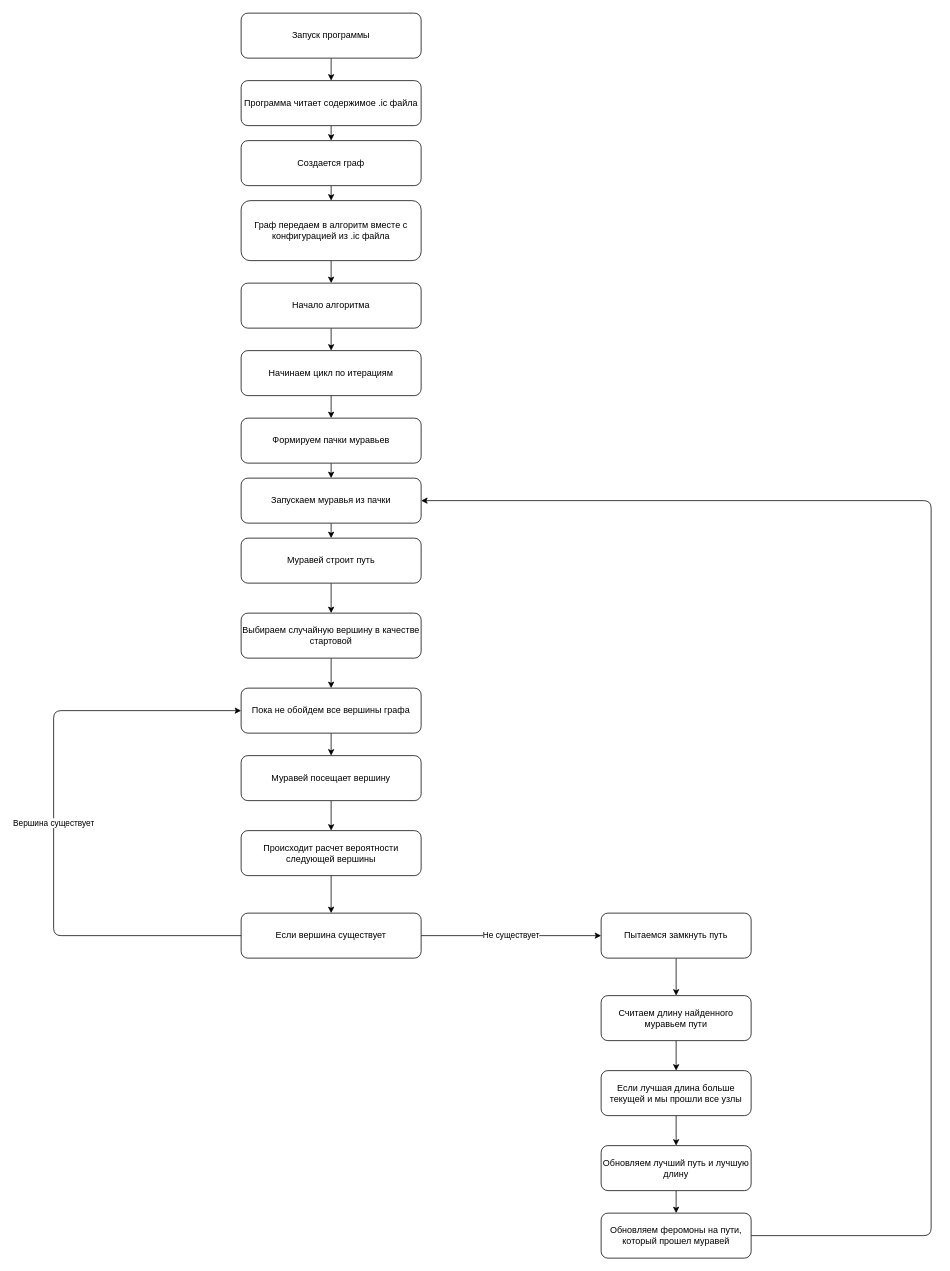
This is .drawio from groknut/ant-colony, a draw.io file, before an edit. Source tidied: cells renumbered, new cells numbered last; positions are measured from the earlier drawing's top-left corner, leaving out a move shared by most shapes. Both pictures are drawn from the tidied source at 75%, with x=0, y=0 at pixel (53, 13).
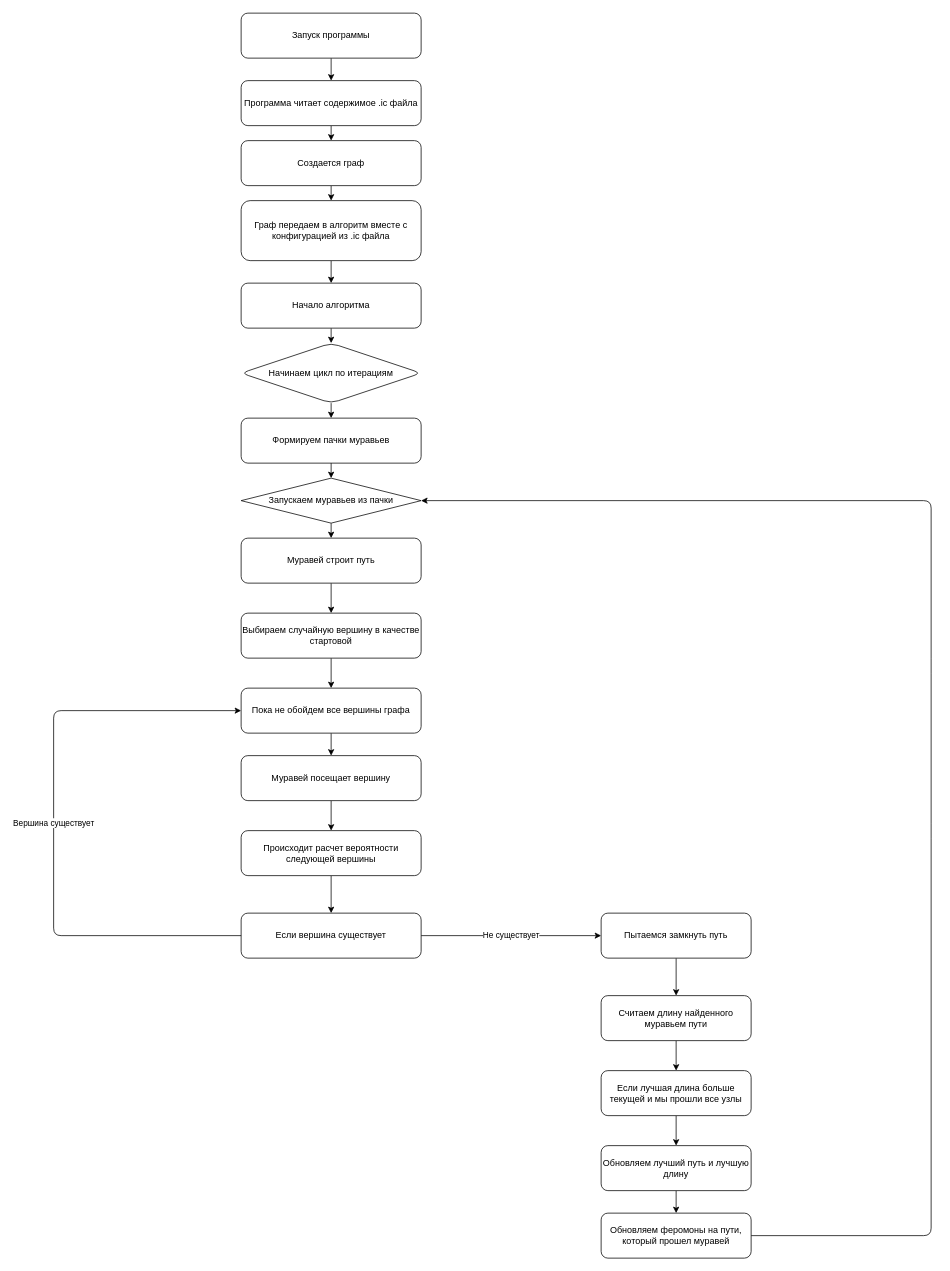
The same diagram, later.

Unchanged cells that the change refers to:
```xml
<mxCell id="15" value="Формируем пачки муравьев" style="whiteSpace=wrap;html=1;rounded=1;" parent="1" vertex="1">
  <mxGeometry x="250" y="540" width="240" height="60" as="geometry" />
</mxCell>
<mxCell id="19" value="Муравей строит путь" style="whiteSpace=wrap;html=1;rounded=1;" parent="1" vertex="1">
  <mxGeometry x="250" y="700" width="240" height="60" as="geometry" />
</mxCell>
<mxCell id="40" value="Обновляем феромоны на пути, который прошел муравей" style="whiteSpace=wrap;html=1;rounded=1;" parent="1" vertex="1">
  <mxGeometry x="730" y="1600" width="200" height="60" as="geometry" />
</mxCell>
```

What changed in the source:
```diff
@@
-    <mxCell id="12" style="edgeStyle=none;html=1;" parent="1" edge="1" source="13" target="15">
-      <mxGeometry relative="1" as="geometry" />
-    </mxCell>
-    <mxCell id="13" value="Начинаем цикл по итерациям" style="whiteSpace=wrap;html=1;rounded=1;" parent="1" vertex="1">
-      <mxGeometry x="250" y="450" width="240" height="60" as="geometry" />
-    </mxCell>
-    <mxCell id="14" style="edgeStyle=none;html=1;" parent="1" edge="1" source="15" target="17">
-      <mxGeometry relative="1" as="geometry" />
-    </mxCell>
@@
-    <mxCell id="16" style="edgeStyle=none;html=1;" parent="1" edge="1" source="17" target="19">
-      <mxGeometry relative="1" as="geometry" />
+    <mxCell id="16" style="edgeStyle=none;html=1;" parent="1" edge="1" target="19">
+      <mxGeometry relative="1" as="geometry">
+        <mxPoint x="370" y="680" as="sourcePoint" />
+      </mxGeometry>
     </mxCell>
-    <mxCell id="17" value="Запускаем муравья из пачки" style="whiteSpace=wrap;html=1;rounded=1;" parent="1" vertex="1">
-      <mxGeometry x="250" y="620" width="240" height="60" as="geometry" />
-    </mxCell>
@@
-    <mxCell id="39" style="edgeStyle=none;html=1;entryX=1;entryY=0.5;entryDx=0;entryDy=0;" parent="1" edge="1" source="40" target="17">
+    <mxCell id="39" style="edgeStyle=none;html=1;entryX=1;entryY=0.5;entryDx=0;entryDy=0;" parent="1" edge="1" source="40" target="41">
       <mxGeometry relative="1" as="geometry">
         <Array as="points">
           <mxPoint x="1170" y="1630" />
           <mxPoint x="1170" y="1090" />
           <mxPoint x="1170" y="870" />
           <mxPoint x="1170" y="650" />
         </Array>
       </mxGeometry>
     </mxCell>
@@
+    <mxCell id="12" style="edgeStyle=none;html=1;entryX=0.5;entryY=0;entryDx=0;entryDy=0;" parent="1" edge="1" source="13" target="15">
+      <mxGeometry relative="1" as="geometry" />
+    </mxCell>
+    <mxCell id="13" value="Начинаем цикл по итерациям" style="rhombus;whiteSpace=wrap;html=1;rounded=1;" parent="1" vertex="1">
+      <mxGeometry x="250" y="440" width="240" height="80" as="geometry" />
+    </mxCell>
+    <mxCell id="41" value="Запускаем муравьев из пачки" style="rhombus;whiteSpace=wrap;html=1;" parent="1" vertex="1">
+      <mxGeometry x="250" y="620" width="240" height="60" as="geometry" />
+    </mxCell>
+    <mxCell id="42" style="endArrow=classic;html=1;exitX=0.5;exitY=1;exitDx=0;exitDy=0;entryX=0.5;entryY=0;entryDx=0;entryDy=0;" parent="1" edge="1" source="15" target="41">
+      <mxGeometry relative="1" as="geometry" />
+    </mxCell>
```
